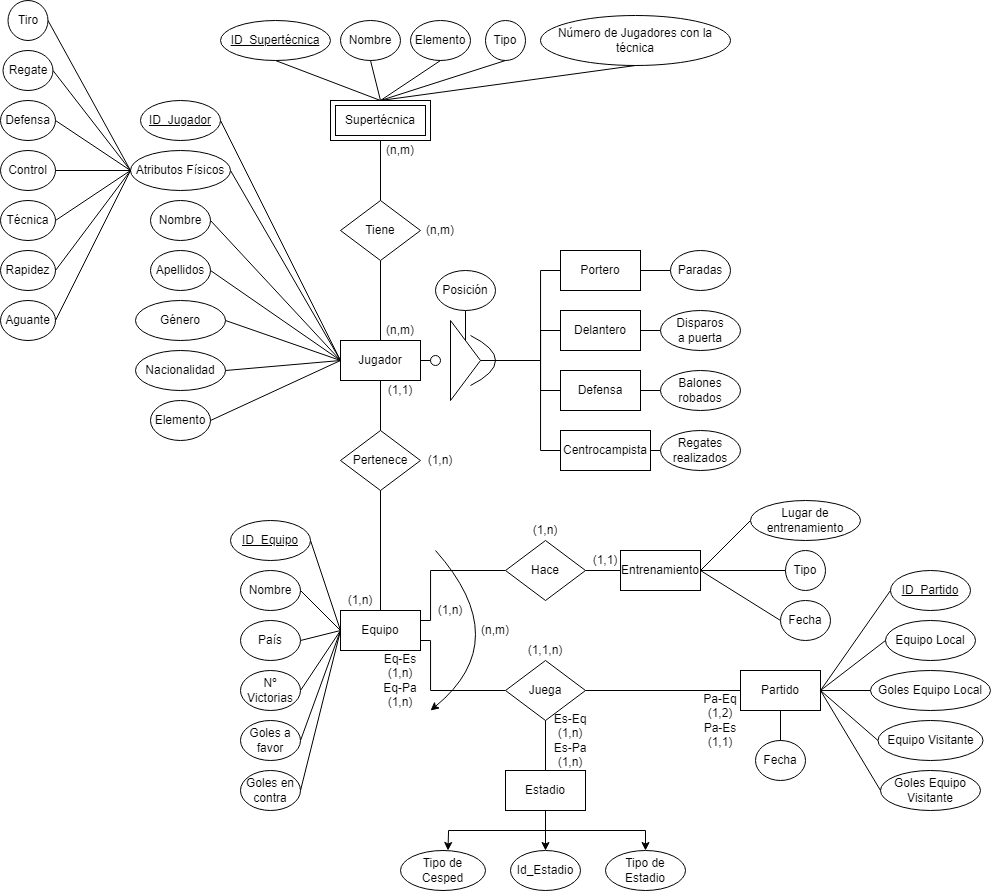
Before: Diagramas/Entidad-Relación.png, a diagram exported from draw.io (Pablo400-glitch/Inazuma_DB). Source tidied: cells renumbered, new cells last; positions are measured from the earlier drawing's top-left corner, leaving out a move shared by most shapes.
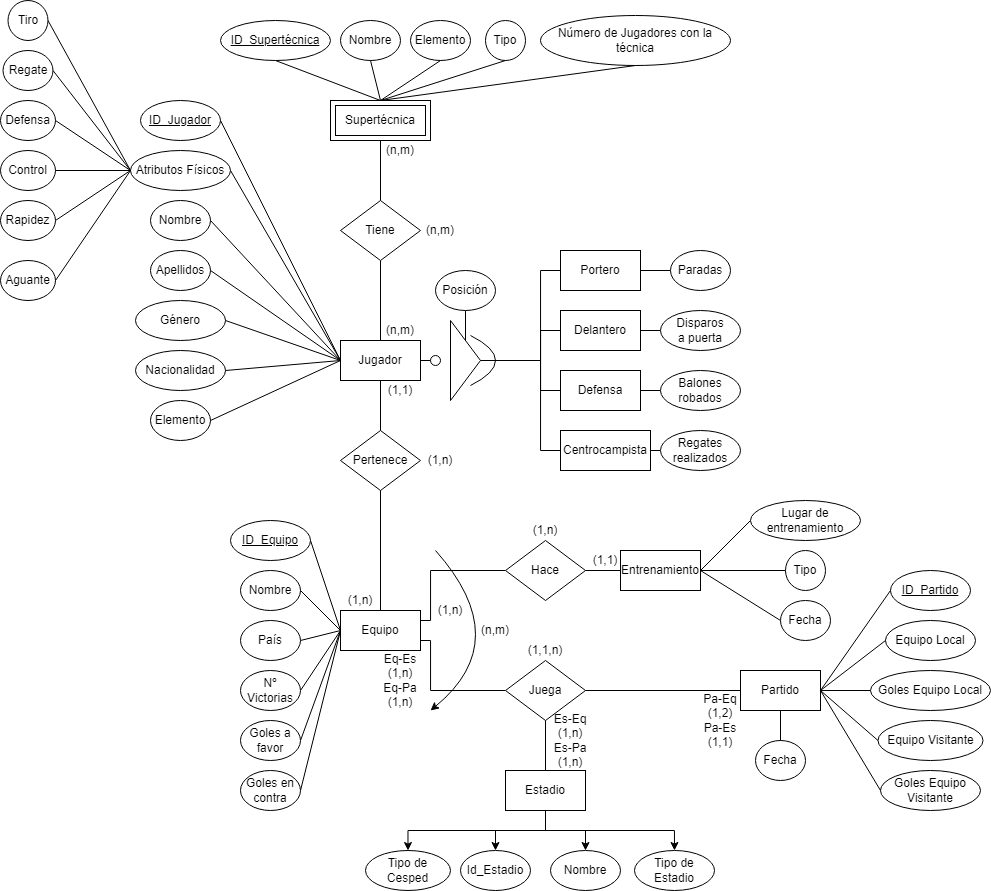
Later version of the same file.

Commit message:
Update Entidad-Relación and added Relacional diagram image

Change to the diagram source:
```diff
@@ -48,18 +48,14 @@
     <mxCell id="13" value="Partido" style="whiteSpace=wrap;html=1;align=center;" parent="1" vertex="1">
       <mxGeometry x="740" y="670" width="80" height="40" as="geometry" />
     </mxCell>
-    <mxCell id="14" style="edgeStyle=orthogonalEdgeStyle;rounded=0;jettySize=auto;html=1;exitX=0.5;exitY=1;exitDx=0;exitDy=0;" parent="1" edge="1" source="17">
-      <mxGeometry relative="1" as="geometry">
-        <mxPoint x="545" y="850" as="targetPoint" />
-      </mxGeometry>
+    <mxCell id="14" style="edgeStyle=orthogonalEdgeStyle;rounded=0;jettySize=auto;html=1;exitX=0.5;exitY=1;exitDx=0;exitDy=0;entryX=0.5;entryY=0;entryDx=0;entryDy=0;" parent="1" edge="1" source="17" target="103">
+      <mxGeometry relative="1" as="geometry" />
     </mxCell>
     <mxCell id="15" style="edgeStyle=orthogonalEdgeStyle;rounded=0;jettySize=auto;html=1;exitX=0.5;exitY=1;exitDx=0;exitDy=0;entryX=0.5;entryY=0;entryDx=0;entryDy=0;" parent="1" edge="1" source="17" target="98">
       <mxGeometry relative="1" as="geometry" />
     </mxCell>
-    <mxCell id="16" style="edgeStyle=orthogonalEdgeStyle;rounded=0;jettySize=auto;html=1;exitX=0.5;exitY=1;exitDx=0;exitDy=0;entryX=0.5;entryY=0;entryDx=0;entryDy=0;" parent="1" edge="1" source="17">
-      <mxGeometry relative="1" as="geometry">
-        <mxPoint x="447.5" y="850" as="targetPoint" />
-      </mxGeometry>
+    <mxCell id="16" style="edgeStyle=orthogonalEdgeStyle;rounded=0;jettySize=auto;html=1;exitX=0.5;exitY=1;exitDx=0;exitDy=0;entryX=0.5;entryY=0;entryDx=0;entryDy=0;" parent="1" edge="1" source="17" target="99">
+      <mxGeometry relative="1" as="geometry" />
     </mxCell>
     <mxCell id="17" value="Estadio" style="whiteSpace=wrap;html=1;align=center;" parent="1" vertex="1">
       <mxGeometry x="505" y="770" width="80" height="40" as="geometry" />
@@ -239,14 +235,11 @@
     <mxCell id="65" value="Control" style="ellipse;whiteSpace=wrap;html=1;align=center;" parent="1" vertex="1">
       <mxGeometry y="150" width="55" height="40" as="geometry" />
     </mxCell>
-    <mxCell id="66" value="Técnica" style="ellipse;whiteSpace=wrap;html=1;align=center;" parent="1" vertex="1">
-      <mxGeometry y="200" width="55" height="40" as="geometry" />
-    </mxCell>
     <mxCell id="67" value="Rapidez" style="ellipse;whiteSpace=wrap;html=1;align=center;" parent="1" vertex="1">
-      <mxGeometry y="250" width="55" height="40" as="geometry" />
+      <mxGeometry y="200" width="55" height="40" as="geometry" />
     </mxCell>
     <mxCell id="68" value="Aguante" style="ellipse;whiteSpace=wrap;html=1;align=center;" parent="1" vertex="1">
-      <mxGeometry y="300" width="55" height="40" as="geometry" />
+      <mxGeometry y="260" width="55" height="40" as="geometry" />
     </mxCell>
     <mxCell id="69" style="endArrow=none;html=1;rounded=0;exitX=1;exitY=0.5;exitDx=0;exitDy=0;entryX=0;entryY=0.5;entryDx=0;entryDy=0;" parent="1" edge="1" source="62" target="72">
       <mxGeometry relative="1" as="geometry" />
@@ -266,9 +259,6 @@
     <mxCell id="74" style="endArrow=none;html=1;rounded=0;exitX=1;exitY=0.5;exitDx=0;exitDy=0;entryX=0;entryY=0.5;entryDx=0;entryDy=0;" parent="1" edge="1" source="65" target="72">
       <mxGeometry relative="1" as="geometry" />
     </mxCell>
-    <mxCell id="75" style="endArrow=none;html=1;rounded=0;exitX=1;exitY=0.5;exitDx=0;exitDy=0;entryX=0;entryY=0.5;entryDx=0;entryDy=0;" parent="1" edge="1" source="66" target="72">
-      <mxGeometry relative="1" as="geometry" />
-    </mxCell>
     <mxCell id="76" style="endArrow=none;html=1;rounded=0;exitX=1;exitY=0.5;exitDx=0;exitDy=0;entryX=0;entryY=0.5;entryDx=0;entryDy=0;" parent="1" edge="1" source="67" target="72">
       <mxGeometry relative="1" as="geometry" />
     </mxCell>
@@ -342,10 +332,10 @@
       <mxGeometry x="885" y="620" width="90" height="40" as="geometry" />
     </mxCell>
     <mxCell id="98" value="Tipo de Estadio" style="ellipse;whiteSpace=wrap;html=1;align=center;" parent="1" vertex="1">
-      <mxGeometry x="605" y="850" width="80" height="40" as="geometry" />
+      <mxGeometry x="634" y="850" width="80" height="40" as="geometry" />
     </mxCell>
     <mxCell id="99" value="Tipo de Cesped" style="ellipse;whiteSpace=wrap;html=1;align=center;" parent="1" vertex="1">
-      <mxGeometry x="400" y="850" width="85" height="40" as="geometry" />
+      <mxGeometry x="365" y="850" width="85" height="40" as="geometry" />
     </mxCell>
     <mxCell id="100" value="País" style="ellipse;whiteSpace=wrap;html=1;align=center;" parent="1" vertex="1">
       <mxGeometry x="240" y="620" width="60" height="40" as="geometry" />
@@ -357,7 +347,7 @@
       <mxGeometry x="877.5" y="720" width="105" height="40" as="geometry" />
     </mxCell>
     <mxCell id="103" value="Id_Estadio" style="ellipse;whiteSpace=wrap;html=1;align=center;" parent="1" vertex="1">
-      <mxGeometry x="510" y="850" width="70" height="40" as="geometry" />
+      <mxGeometry x="460" y="850" width="70" height="40" as="geometry" />
     </mxCell>
     <mxCell id="104" value="ID_Equipo" style="ellipse;whiteSpace=wrap;html=1;align=center;fontStyle=4;" parent="1" vertex="1">
       <mxGeometry x="230" y="520" width="80" height="40" as="geometry" />
@@ -447,5 +437,11 @@
     <mxCell id="131" value="Pa-Eq&lt;br&gt;(1,2)&lt;br&gt;Pa-Es&lt;br&gt;(1,1)" style="text;html=1;strokeColor=none;fillColor=none;align=center;verticalAlign=middle;whiteSpace=wrap;rounded=0;" parent="1" vertex="1">
       <mxGeometry x="700" y="710" width="40" height="20" as="geometry" />
     </mxCell>
+    <mxCell id="132" value="Nombre" style="ellipse;whiteSpace=wrap;html=1;align=center;" parent="1" vertex="1">
+      <mxGeometry x="550" y="850" width="70" height="40" as="geometry" />
+    </mxCell>
+    <mxCell id="133" style="edgeStyle=orthogonalEdgeStyle;rounded=0;jettySize=auto;html=1;exitX=0.5;exitY=1;exitDx=0;exitDy=0;entryX=0.5;entryY=0;entryDx=0;entryDy=0;" parent="1" edge="1" source="17" target="132">
+      <mxGeometry relative="1" as="geometry" />
+    </mxCell>
   </root>
 </mxGraphModel>
```
